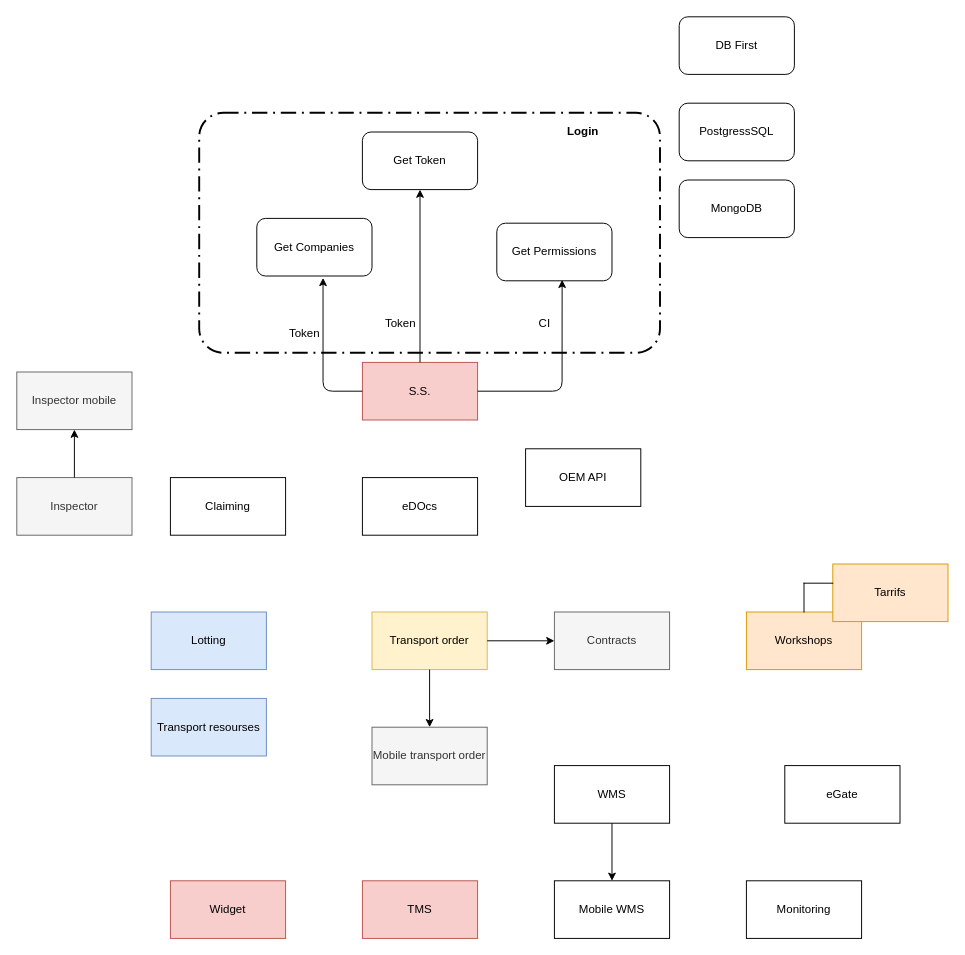
Earlier version of the draw.io diagram universal diagram.drawio (annastazi02/diagrams). Source tidied: cells renumbered, new cells numbered last; positions are measured from the earlier drawing's top-left corner, leaving out a move shared by most shapes. Both pictures are drawn from the tidied source at 96%, with x=0, y=0 at pixel (16, 16).
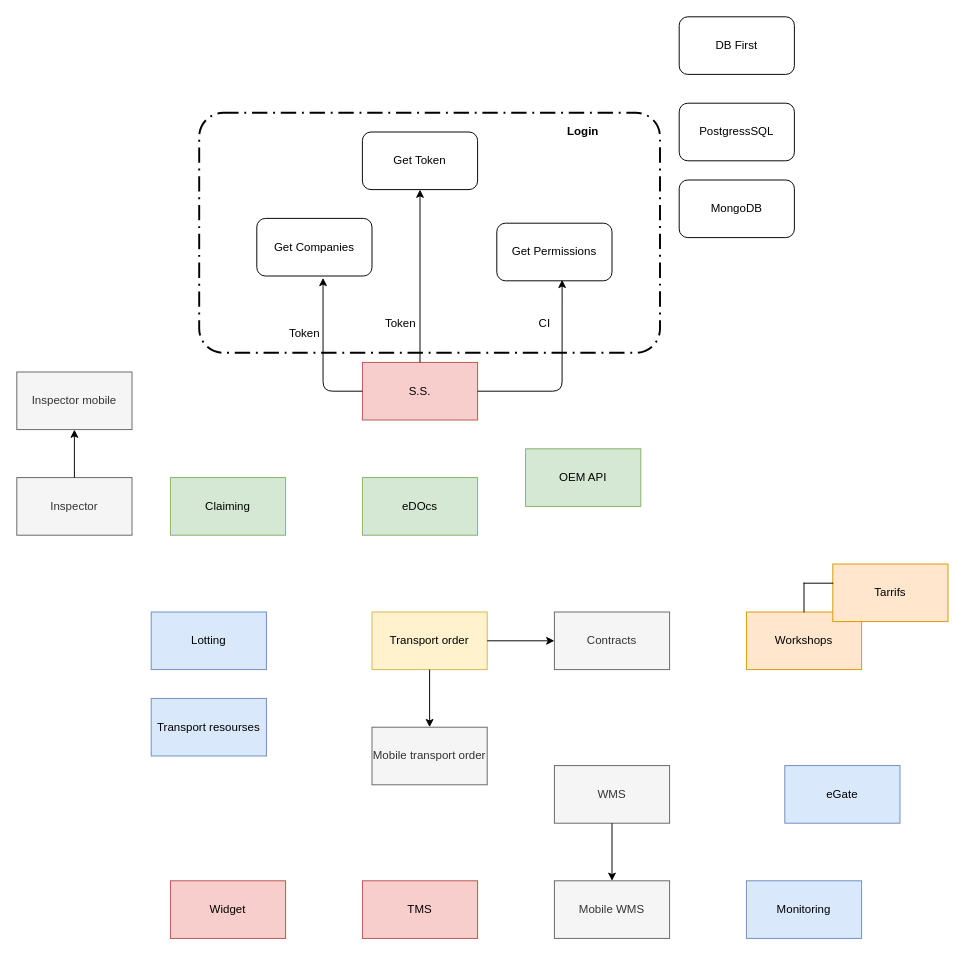
The same diagram, later.

The edit, as a diff of the source:
```diff
@@
-    <mxCell id="5" value="WMS" style="rounded=0;whiteSpace=wrap;html=1;" parent="1" vertex="1">
+    <mxCell id="5" value="WMS" style="rounded=0;whiteSpace=wrap;html=1;fillColor=#f5f5f5;strokeColor=#666666;fontColor=#333333;" parent="1" vertex="1">
       <mxGeometry x="560" y="780" width="120" height="60" as="geometry" />
     </mxCell>
-    <mxCell id="6" value="Mobile WMS" style="rounded=0;whiteSpace=wrap;html=1;" parent="1" vertex="1">
+    <mxCell id="6" value="Mobile WMS" style="rounded=0;whiteSpace=wrap;html=1;fillColor=#f5f5f5;strokeColor=#666666;fontColor=#333333;" parent="1" vertex="1">
       <mxGeometry x="560" y="900" width="120" height="60" as="geometry" />
     </mxCell>
@@
-    <mxCell id="11" value="eGate" style="rounded=0;whiteSpace=wrap;html=1;" parent="1" vertex="1">
+    <mxCell id="11" value="eGate" style="rounded=0;whiteSpace=wrap;html=1;fillColor=#dae8fc;strokeColor=#6c8ebf;" parent="1" vertex="1">
       <mxGeometry x="800" y="780" width="120" height="60" as="geometry" />
     </mxCell>
-    <mxCell id="12" value="Monitoring" style="rounded=0;whiteSpace=wrap;html=1;" parent="1" vertex="1">
+    <mxCell id="12" value="Monitoring" style="rounded=0;whiteSpace=wrap;html=1;fillColor=#dae8fc;strokeColor=#6c8ebf;" parent="1" vertex="1">
       <mxGeometry x="760" y="900" width="120" height="60" as="geometry" />
     </mxCell>
@@
-    <mxCell id="15" value="eDOcs" style="rounded=0;whiteSpace=wrap;html=1;" parent="1" vertex="1">
+    <mxCell id="15" value="eDOcs" style="rounded=0;whiteSpace=wrap;html=1;fillColor=#d5e8d4;strokeColor=#82b366;" parent="1" vertex="1">
       <mxGeometry x="360" y="480" width="120" height="60" as="geometry" />
     </mxCell>
-    <mxCell id="16" value="Claiming" style="rounded=0;whiteSpace=wrap;html=1;" parent="1" vertex="1">
+    <mxCell id="16" value="Claiming" style="rounded=0;whiteSpace=wrap;html=1;fillColor=#d5e8d4;strokeColor=#82b366;" parent="1" vertex="1">
       <mxGeometry x="160" y="480" width="120" height="60" as="geometry" />
     </mxCell>
@@
-    <mxCell id="21" value="OEM API" style="rounded=0;whiteSpace=wrap;html=1;" parent="1" vertex="1">
+    <mxCell id="21" value="OEM API" style="rounded=0;whiteSpace=wrap;html=1;fillColor=#d5e8d4;strokeColor=#82b366;" parent="1" vertex="1">
       <mxGeometry x="530" y="450" width="120" height="60" as="geometry" />
     </mxCell>
```
